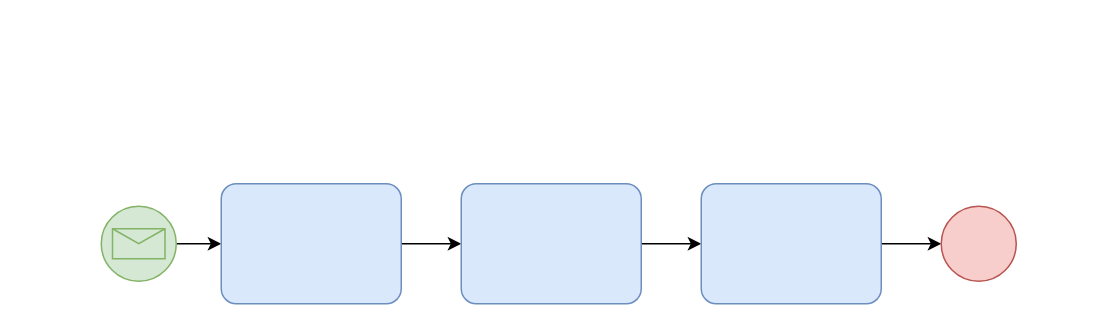
EscaleraG935/Practica1-IDS2 keeps this draw.io diagram as BPMN/EventoArchivoMensaje.drawio. Above is the earlier version. Source tidied: cells renumbered, new cells numbered last; positions are measured from the earlier drawing's top-left corner, leaving out a move shared by most shapes. Both pictures are drawn from the tidied source at 150%, with x=0, y=0 at pixel (100, 183).
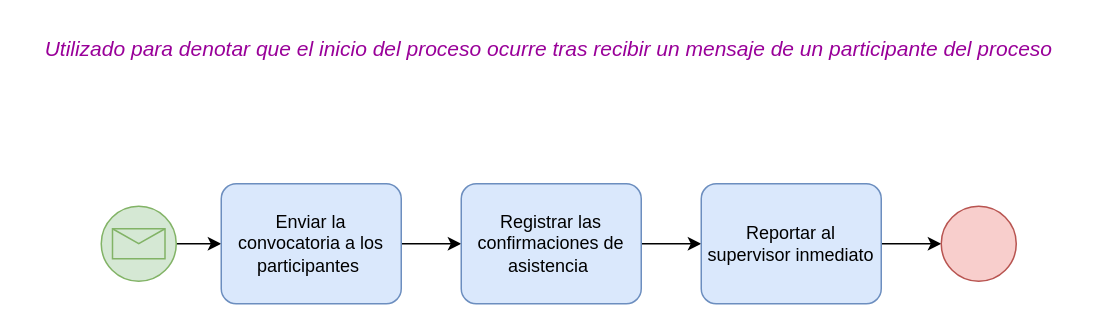
The same page after the edit.

Commit message:
Se agrega descripcion de evento archivo mensaje

Diff of the diagram source:
```diff
@@
 <mxGraphModel>
   <root>
     <mxCell id="0" />
     <mxCell id="1" parent="0" />
     <mxCell id="2" style="edgeStyle=orthogonalEdgeStyle;rounded=0;jettySize=auto;html=1;" parent="1" edge="1" source="3" target="5">
       <mxGeometry relative="1" as="geometry" />
     </mxCell>
     <mxCell id="3" style="points=[[0.145,0.145,0],[0.5,0,0],[0.855,0.145,0],[1,0.5,0],[0.855,0.855,0],[0.5,1,0],[0.145,0.855,0],[0,0.5,0]];shape=mxgraph.bpmn.event;html=1;verticalLabelPosition=bottom;labelBackgroundColor=#ffffff;verticalAlign=top;align=center;perimeter=ellipsePerimeter;outlineConnect=0;outline=standard;symbol=message;fillColor=#d5e8d4;strokeColor=#82b366;" parent="1" vertex="1">
       <mxGeometry y="15" width="50" height="50" as="geometry" />
     </mxCell>
     <mxCell id="4" style="edgeStyle=orthogonalEdgeStyle;rounded=0;jettySize=auto;html=1;entryX=0;entryY=0.5;entryDx=0;entryDy=0;entryPerimeter=0;" parent="1" edge="1" source="5" target="7">
       <mxGeometry relative="1" as="geometry" />
     </mxCell>
-    <mxCell id="5" style="points=[[0.25,0,0],[0.5,0,0],[0.75,0,0],[1,0.25,0],[1,0.5,0],[1,0.75,0],[0.75,1,0],[0.5,1,0],[0.25,1,0],[0,0.75,0],[0,0.5,0],[0,0.25,0]];shape=mxgraph.bpmn.task;whiteSpace=wrap;rectStyle=rounded;size=10;html=1;taskMarker=abstract;fillColor=#dae8fc;strokeColor=#6c8ebf;" parent="1" vertex="1">
+    <mxCell id="5" value="Enviar la convocatoria a los participantes&amp;nbsp;" style="points=[[0.25,0,0],[0.5,0,0],[0.75,0,0],[1,0.25,0],[1,0.5,0],[1,0.75,0],[0.75,1,0],[0.5,1,0],[0.25,1,0],[0,0.75,0],[0,0.5,0],[0,0.25,0]];shape=mxgraph.bpmn.task;whiteSpace=wrap;rectStyle=rounded;size=10;html=1;taskMarker=abstract;fillColor=#dae8fc;strokeColor=#6c8ebf;" parent="1" vertex="1">
       <mxGeometry x="80" width="120" height="80" as="geometry" />
     </mxCell>
     <mxCell id="6" style="edgeStyle=orthogonalEdgeStyle;rounded=0;jettySize=auto;html=1;" parent="1" edge="1" source="7" target="9">
       <mxGeometry relative="1" as="geometry" />
     </mxCell>
-    <mxCell id="7" style="points=[[0.25,0,0],[0.5,0,0],[0.75,0,0],[1,0.25,0],[1,0.5,0],[1,0.75,0],[0.75,1,0],[0.5,1,0],[0.25,1,0],[0,0.75,0],[0,0.5,0],[0,0.25,0]];shape=mxgraph.bpmn.task;whiteSpace=wrap;rectStyle=rounded;size=10;html=1;taskMarker=abstract;fillColor=#dae8fc;strokeColor=#6c8ebf;" parent="1" vertex="1">
+    <mxCell id="7" value="Registrar las confirmaciones de asistencia&amp;nbsp;" style="points=[[0.25,0,0],[0.5,0,0],[0.75,0,0],[1,0.25,0],[1,0.5,0],[1,0.75,0],[0.75,1,0],[0.5,1,0],[0.25,1,0],[0,0.75,0],[0,0.5,0],[0,0.25,0]];shape=mxgraph.bpmn.task;whiteSpace=wrap;rectStyle=rounded;size=10;html=1;taskMarker=abstract;fillColor=#dae8fc;strokeColor=#6c8ebf;" parent="1" vertex="1">
       <mxGeometry x="240" width="120" height="80" as="geometry" />
     </mxCell>
     <mxCell id="8" style="edgeStyle=orthogonalEdgeStyle;rounded=0;jettySize=auto;html=1;entryX=0;entryY=0.5;entryDx=0;entryDy=0;entryPerimeter=0;" parent="1" edge="1" source="9" target="10">
       <mxGeometry relative="1" as="geometry" />
     </mxCell>
-    <mxCell id="9" style="points=[[0.25,0,0],[0.5,0,0],[0.75,0,0],[1,0.25,0],[1,0.5,0],[1,0.75,0],[0.75,1,0],[0.5,1,0],[0.25,1,0],[0,0.75,0],[0,0.5,0],[0,0.25,0]];shape=mxgraph.bpmn.task;whiteSpace=wrap;rectStyle=rounded;size=10;html=1;taskMarker=abstract;fillColor=#dae8fc;strokeColor=#6c8ebf;" parent="1" vertex="1">
+    <mxCell id="9" value="Reportar al supervisor inmediato" style="points=[[0.25,0,0],[0.5,0,0],[0.75,0,0],[1,0.25,0],[1,0.5,0],[1,0.75,0],[0.75,1,0],[0.5,1,0],[0.25,1,0],[0,0.75,0],[0,0.5,0],[0,0.25,0]];shape=mxgraph.bpmn.task;whiteSpace=wrap;rectStyle=rounded;size=10;html=1;taskMarker=abstract;fillColor=#dae8fc;strokeColor=#6c8ebf;" parent="1" vertex="1">
       <mxGeometry x="400" width="120" height="80" as="geometry" />
     </mxCell>
     <mxCell id="10" style="points=[[0.145,0.145,0],[0.5,0,0],[0.855,0.145,0],[1,0.5,0],[0.855,0.855,0],[0.5,1,0],[0.145,0.855,0],[0,0.5,0]];shape=mxgraph.bpmn.event;html=1;verticalLabelPosition=bottom;labelBackgroundColor=#ffffff;verticalAlign=top;align=center;perimeter=ellipsePerimeter;outlineConnect=0;outline=standard;symbol=general;fillColor=#f8cecc;strokeColor=#b85450;" parent="1" vertex="1">
       <mxGeometry x="560" y="15" width="50" height="50" as="geometry" />
     </mxCell>
+    <mxCell id="11" value="&lt;i&gt;&lt;font color=&quot;#990099&quot; style=&quot;font-size: 14px;&quot;&gt;Utilizado para denotar que el inicio del proceso ocurre tras recibir un mensaje de un participante del proceso&amp;nbsp;&lt;/font&gt;&lt;/i&gt;" style="text;html=1;align=center;verticalAlign=middle;strokeColor=none;fillColor=none;" parent="1" vertex="1">
+      <mxGeometry x="-50" y="-105" width="700" height="30" as="geometry" />
+    </mxCell>
   </root>
 </mxGraphModel>
```
